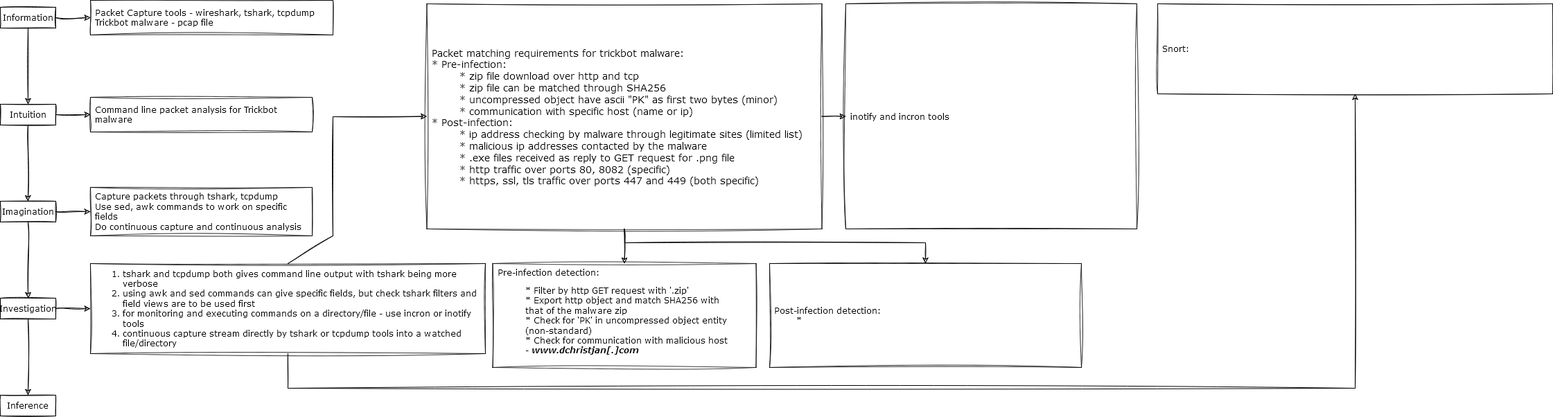
Above: Chart.png in Nobel-CS/packet_testing (draw.io), before the change. Source tidied: cells renumbered, new cells last; positions are measured from the earlier drawing's top-left corner, leaving out a move shared by most shapes.
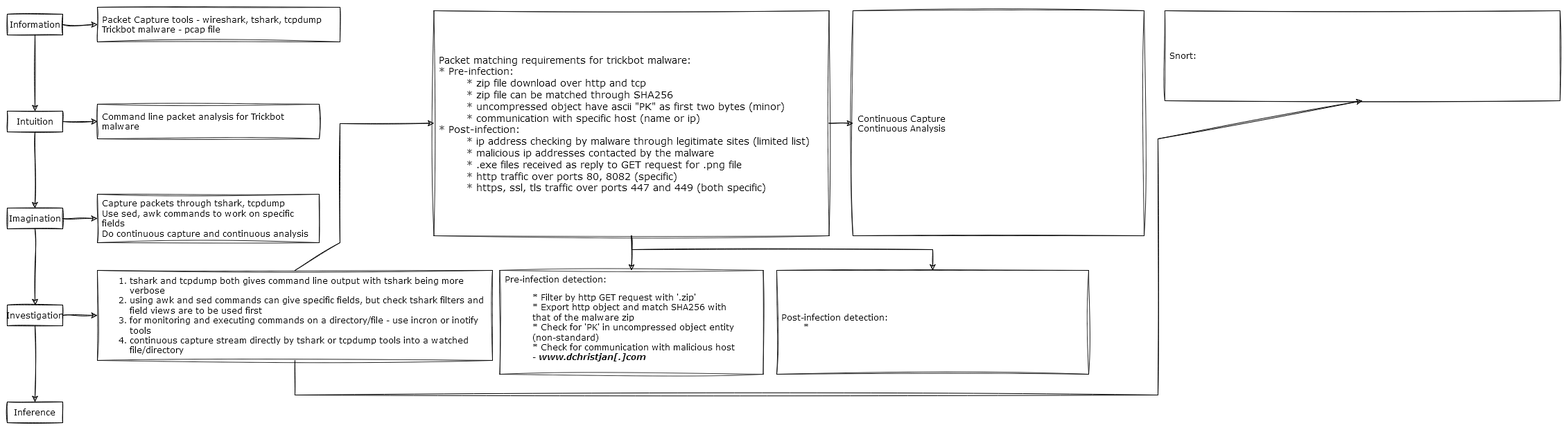
Later version of the same file.

Change to the diagram source:
```diff
@@ -58,11 +58,12 @@
         </Array>
       </mxGeometry>
     </mxCell>
-    <mxCell id="19" style="edgeStyle=none;rounded=0;sketch=1;jettySize=auto;html=1;exitX=0.5;exitY=1;exitDx=0;exitDy=0;fontSize=18;" parent="1" edge="1" source="20" target="28">
+    <mxCell id="19" style="edgeStyle=none;rounded=0;sketch=1;jettySize=auto;html=1;exitX=0.5;exitY=1;exitDx=0;exitDy=0;fontSize=18;entryX=0.5;entryY=1;entryDx=0;entryDy=0;" parent="1" edge="1" source="20" target="28">
       <mxGeometry relative="1" as="geometry">
         <Array as="points">
           <mxPoint x="415" y="560" />
-          <mxPoint x="1955" y="560" />
+          <mxPoint x="1660" y="560" />
+          <mxPoint x="1660" y="190" />
         </Array>
       </mxGeometry>
     </mxCell>
@@ -92,7 +93,7 @@
     <mxCell id="26" value="&lt;div&gt;Post-infection detection:&lt;/div&gt;&lt;div&gt;&lt;span style=&quot;white-space: pre;&quot;&gt;&#9;&lt;/span&gt;* &lt;br&gt;&lt;/div&gt;" style="text;html=1;strokeColor=default;fillColor=none;align=left;verticalAlign=middle;whiteSpace=wrap;rounded=0;sketch=1;hachureGap=4;jiggle=2;fontFamily=Verdana;fontSize=12;dashed=1;dashPattern=1 1;spacingLeft=5;" parent="1" vertex="1">
       <mxGeometry x="1110" y="380" width="450" height="150" as="geometry" />
     </mxCell>
-    <mxCell id="27" value="inotify and incron tools" style="text;html=1;strokeColor=default;fillColor=none;align=left;verticalAlign=middle;whiteSpace=wrap;rounded=0;sketch=1;hachureGap=4;jiggle=2;fontFamily=Verdana;fontSize=12;dashed=1;dashPattern=1 1;spacingLeft=5;glass=0;" parent="1" vertex="1">
+    <mxCell id="27" value="&lt;div&gt;Continuous Capture&lt;/div&gt;&lt;div&gt;Continuous Analysis&lt;br&gt;&lt;/div&gt;" style="text;html=1;strokeColor=default;fillColor=none;align=left;verticalAlign=middle;whiteSpace=wrap;rounded=0;sketch=1;hachureGap=4;jiggle=2;fontFamily=Verdana;fontSize=12;dashed=1;dashPattern=1 1;spacingLeft=5;glass=0;" parent="1" vertex="1">
       <mxGeometry x="1220" y="5" width="420" height="325" as="geometry" />
     </mxCell>
     <mxCell id="28" value="Snort:" style="text;html=1;strokeColor=default;fillColor=none;align=left;verticalAlign=middle;whiteSpace=wrap;rounded=0;sketch=1;hachureGap=4;jiggle=2;fontFamily=Verdana;fontSize=12;dashed=1;dashPattern=1 1;spacingLeft=5;glass=0;" parent="1" vertex="1">
```
